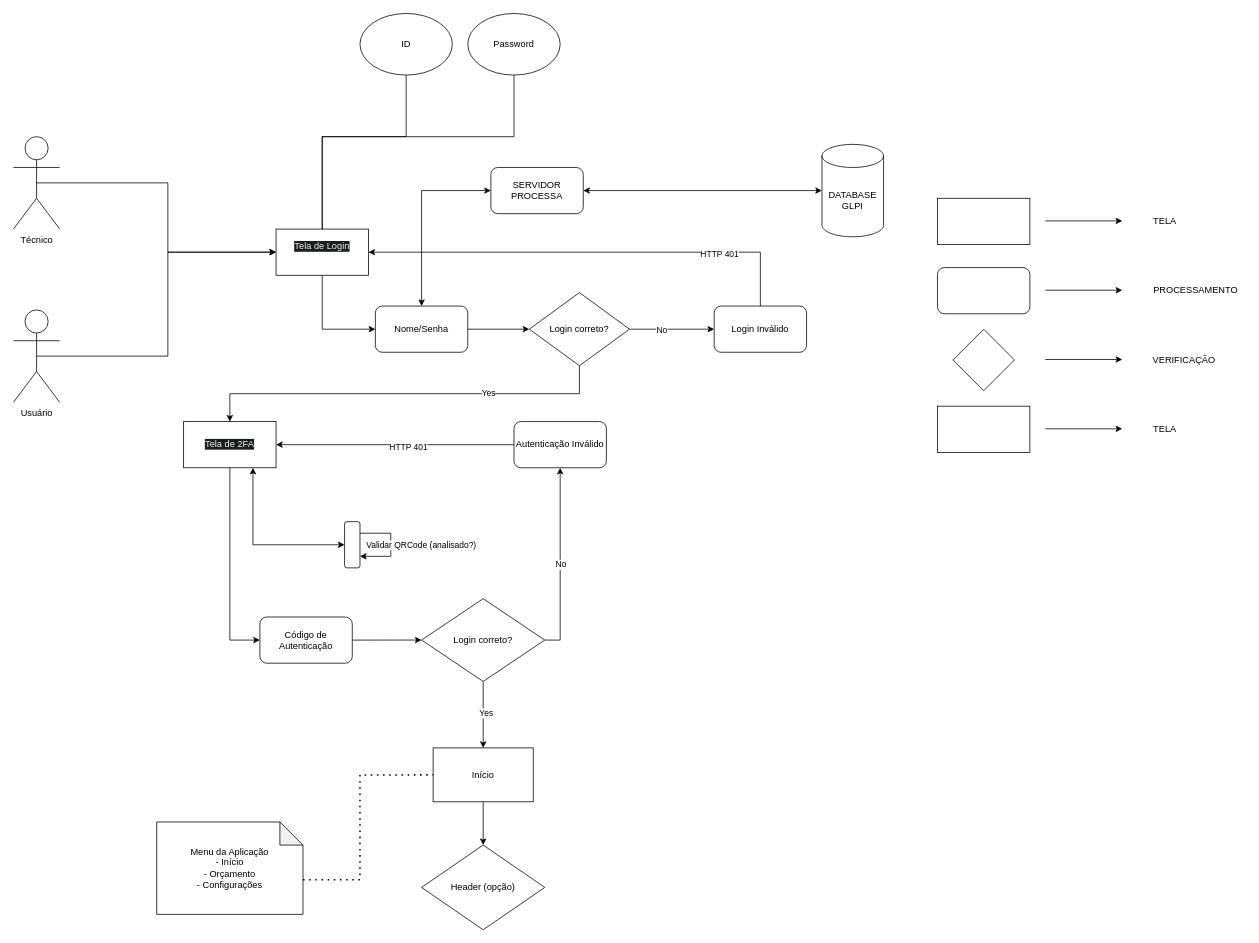
Above: api-rest-GLPI/UML-Software.drawio in Henrry-Maximo/GLPI-Dashboard-Analytics (draw.io), before the change. Source tidied: cells renumbered, new cells numbered last; positions are measured from the earlier drawing's top-left corner, leaving out a move shared by most shapes. Both pictures are drawn from the tidied source at 77%, with x=0, y=0 at pixel (13, 13).
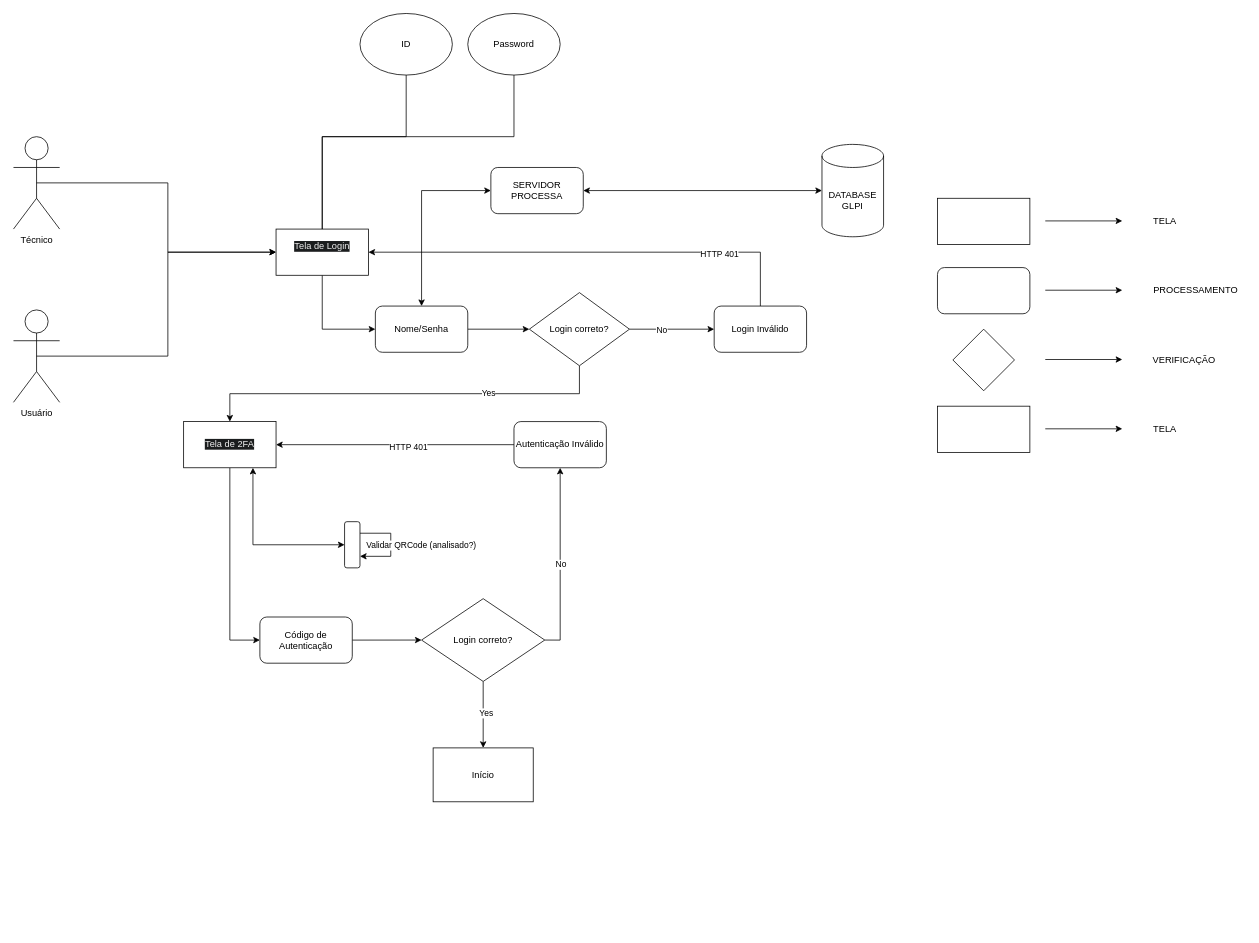
After the change.

Unchanged cells that the change refers to:
```xml
<mxCell id="31" value="Início" style="rounded=0;whiteSpace=wrap;html=1;" parent="1" vertex="1">
  <mxGeometry x="545" y="953.8" width="130" height="70" as="geometry" />
</mxCell>
```

Change to the diagram source:
```diff
@@
-    <mxCell id="16" value="Menu da Aplicação&lt;br&gt;- Início&lt;br&gt;- Orçamento&lt;br&gt;- Configurações" style="shape=note;whiteSpace=wrap;html=1;backgroundOutline=1;darkOpacity=0.05;" parent="1" vertex="1">
-      <mxGeometry x="186" y="1050" width="190" height="120" as="geometry" />
-    </mxCell>
@@
-    <mxCell id="29" value="Header (opção)" style="rhombus;whiteSpace=wrap;html=1;" parent="1" vertex="1">
-      <mxGeometry x="530" y="1080" width="160" height="110" as="geometry" />
-    </mxCell>
-    <mxCell id="30" style="edgeStyle=orthogonalEdgeStyle;rounded=0;jettySize=auto;html=1;exitX=0.5;exitY=1;exitDx=0;exitDy=0;entryX=0.5;entryY=0;entryDx=0;entryDy=0;" parent="1" edge="1" source="31" target="29">
-      <mxGeometry relative="1" as="geometry" />
-    </mxCell>
@@
-    <mxCell id="32" style="endArrow=none;dashed=1;html=1;dashPattern=1 3;strokeWidth=2;rounded=0;exitX=0;exitY=0;exitDx=190;exitDy=75;exitPerimeter=0;entryX=0;entryY=0.5;entryDx=0;entryDy=0;" parent="1" edge="1" source="16" target="31">
-      <mxGeometry relative="1" as="geometry">
-        <Array as="points">
-          <mxPoint x="450" y="1125" />
-          <mxPoint x="450" y="989" />
-        </Array>
-      </mxGeometry>
-    </mxCell>
```
